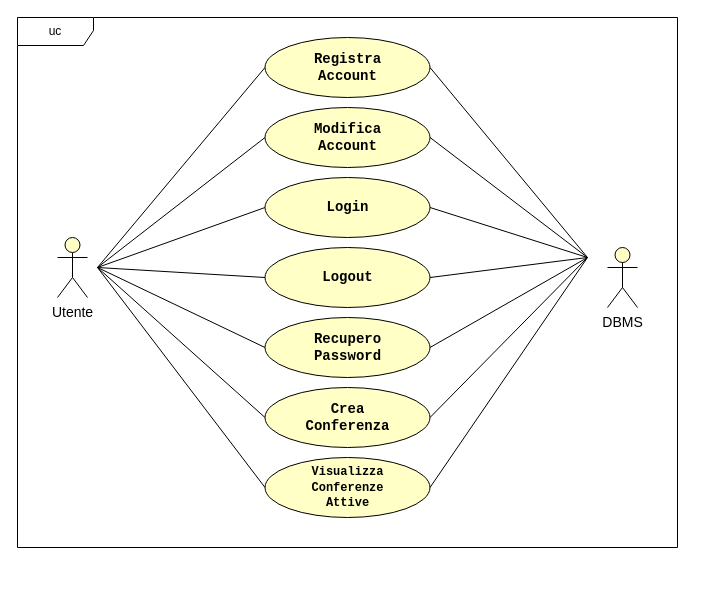
Earlier version of the draw.io diagram RAD/raw/GestioneAccount.drawio (Gabro29/IngegneriaSoftware). Source tidied: cells renumbered, new cells numbered last; positions are measured from the earlier drawing's top-left corner, leaving out a move shared by most shapes. Both pictures are drawn from the tidied source at 100%, with x=0, y=0 at pixel (17, 17).
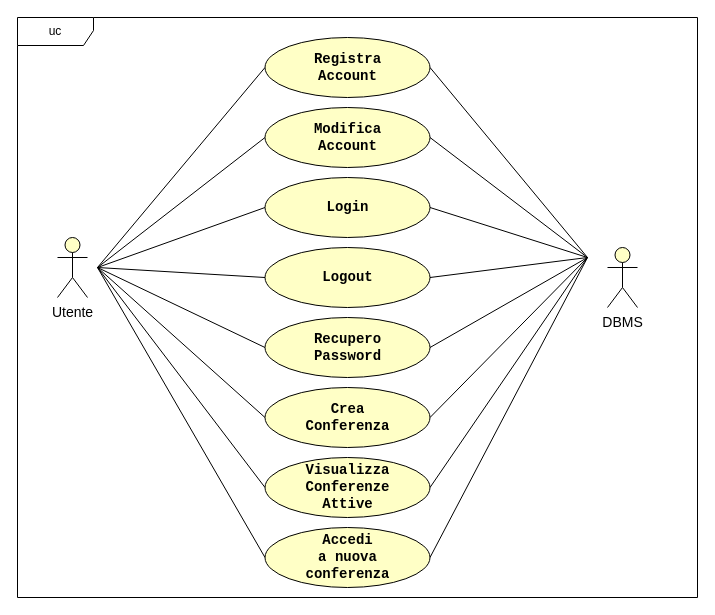
Above is the later version.

The edit, as a diff of the source:
```diff
@@
-    <mxCell id="8" value="&lt;font face=&quot;Courier New&quot; style=&quot;color: light-dark(rgb(0, 0, 0), rgb(0, 0, 0));&quot;&gt;&lt;b style=&quot;&quot;&gt;Visualizza&lt;/b&gt;&lt;/font&gt;&lt;div&gt;&lt;font face=&quot;Courier New&quot; style=&quot;color: light-dark(rgb(0, 0, 0), rgb(0, 0, 0));&quot;&gt;&lt;b&gt;Conferenze&lt;/b&gt;&lt;/font&gt;&lt;/div&gt;&lt;div&gt;&lt;font face=&quot;Courier New&quot; style=&quot;color: light-dark(rgb(0, 0, 0), rgb(0, 0, 0));&quot;&gt;&lt;b style=&quot;&quot;&gt;Attive&lt;/b&gt;&lt;/font&gt;&lt;/div&gt;" style="ellipse;whiteSpace=wrap;html=1;fillColor=light-dark(#FFFFC6,#FDF89C);strokeColor=light-dark(#000000,#000000);" parent="1" vertex="1">
+    <mxCell id="8" value="&lt;font face=&quot;Courier New&quot; style=&quot;color: light-dark(rgb(0, 0, 0), rgb(0, 0, 0)); font-size: 14px;&quot;&gt;&lt;b style=&quot;&quot;&gt;Visualizza&lt;/b&gt;&lt;/font&gt;&lt;div&gt;&lt;font face=&quot;Courier New&quot; style=&quot;color: light-dark(rgb(0, 0, 0), rgb(0, 0, 0)); font-size: 14px;&quot;&gt;&lt;b&gt;Conferenze&lt;/b&gt;&lt;/font&gt;&lt;/div&gt;&lt;div&gt;&lt;font face=&quot;Courier New&quot; style=&quot;color: light-dark(rgb(0, 0, 0), rgb(0, 0, 0)); font-size: 14px;&quot;&gt;&lt;b style=&quot;&quot;&gt;Attive&lt;/b&gt;&lt;/font&gt;&lt;/div&gt;" style="ellipse;whiteSpace=wrap;html=1;fillColor=light-dark(#FFFFC6,#FDF89C);strokeColor=light-dark(#000000,#000000);" parent="1" vertex="1">
       <mxGeometry x="247.5" y="440" width="165" height="60" as="geometry" />
     </mxCell>
     <mxCell id="9" value="uc" style="shape=umlFrame;whiteSpace=wrap;html=1;strokeColor=light-dark(#000000,#000000);width=76;height=28;" parent="1" vertex="1">
-      <mxGeometry width="660" height="530" as="geometry" />
+      <mxGeometry width="680" height="580" as="geometry" />
     </mxCell>
@@
+    <mxCell id="26" value="&lt;font style=&quot;color: light-dark(rgb(0, 0, 0), rgb(0, 0, 0));&quot; face=&quot;Courier New&quot;&gt;&lt;span style=&quot;font-size: 14px;&quot;&gt;&lt;b style=&quot;&quot;&gt;Accedi&lt;/b&gt;&lt;/span&gt;&lt;/font&gt;&lt;div&gt;&lt;font style=&quot;color: light-dark(rgb(0, 0, 0), rgb(0, 0, 0));&quot; face=&quot;Courier New&quot;&gt;&lt;span style=&quot;font-size: 14px;&quot;&gt;&lt;b style=&quot;&quot;&gt;a nuova&lt;/b&gt;&lt;/span&gt;&lt;/font&gt;&lt;/div&gt;&lt;div&gt;&lt;font style=&quot;color: light-dark(rgb(0, 0, 0), rgb(0, 0, 0));&quot; face=&quot;Courier New&quot;&gt;&lt;span style=&quot;font-size: 14px;&quot;&gt;&lt;b style=&quot;&quot;&gt;conferenza&lt;/b&gt;&lt;/span&gt;&lt;/font&gt;&lt;/div&gt;" style="ellipse;whiteSpace=wrap;html=1;fillColor=light-dark(#FFFFC6,#FDF89C);strokeColor=light-dark(#000000,#000000);" parent="1" vertex="1">
+      <mxGeometry x="247.5" y="510" width="165" height="60" as="geometry" />
+    </mxCell>
+    <mxCell id="27" style="endArrow=none;html=1;rounded=0;strokeColor=light-dark(#000000,#000000);endFill=0;strokeWidth=1;startSize=6;jumpSize=6;targetPerimeterSpacing=0;endSize=6;entryX=1;entryY=0.5;entryDx=0;entryDy=0;startFill=0;" parent="1" edge="1" target="26">
+      <mxGeometry relative="1" as="geometry">
+        <mxPoint x="570" y="240" as="sourcePoint" />
+      </mxGeometry>
+    </mxCell>
+    <mxCell id="28" style="endArrow=none;html=1;rounded=0;strokeColor=light-dark(#000000,#000000);endFill=0;strokeWidth=1;startSize=6;jumpSize=6;targetPerimeterSpacing=0;endSize=6;entryX=0;entryY=0.5;entryDx=0;entryDy=0;startFill=0;" parent="1" edge="1" target="26">
+      <mxGeometry relative="1" as="geometry">
+        <mxPoint x="80" y="250" as="sourcePoint" />
+      </mxGeometry>
+    </mxCell>
```
